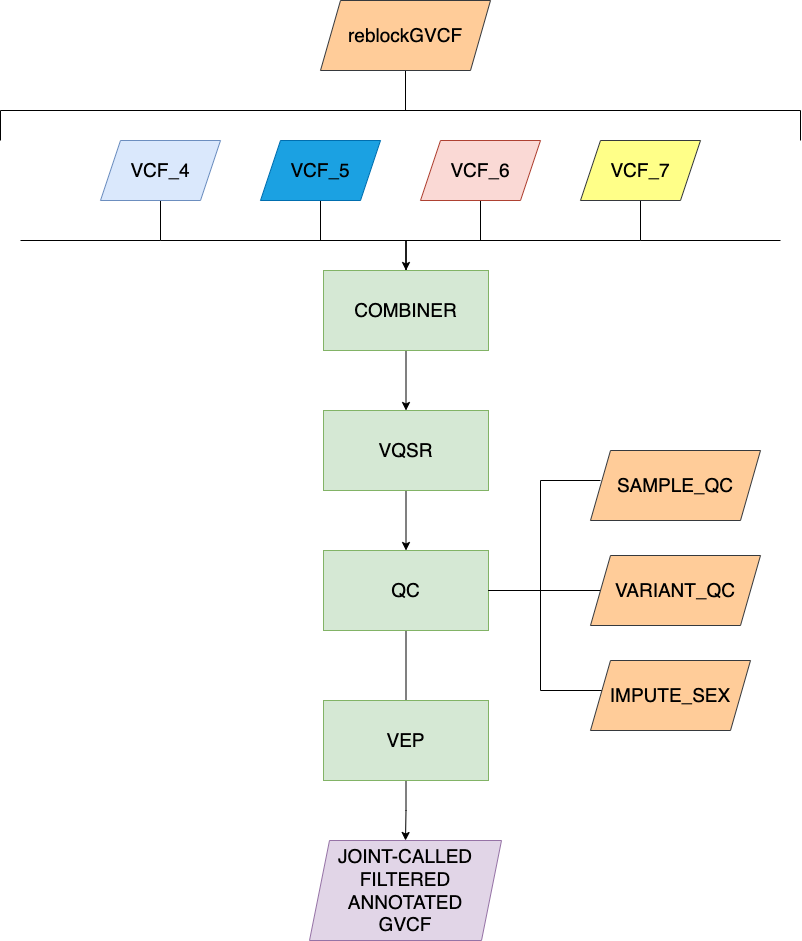
EricUrng/Hail-joint-caller keeps this draw.io diagram as diagram.png. Above is the earlier version. Source tidied: cells renumbered, new cells last; positions are measured from the earlier drawing's top-left corner, leaving out a move shared by most shapes. The source it was exported from:
```xml
<mxGraphModel>
  <root>
    <mxCell id="0" />
    <mxCell id="1" parent="0" />
    <mxCell id="2" style="edgeStyle=orthogonalEdgeStyle;rounded=0;jettySize=auto;html=1;entryX=0.5;entryY=0;entryDx=0;entryDy=0;endArrow=none;endFill=0;fontSize=19;" parent="1" edge="1" source="3" target="11">
      <mxGeometry relative="1" as="geometry">
        <Array as="points">
          <mxPoint x="160" y="240" />
          <mxPoint x="406" y="240" />
        </Array>
      </mxGeometry>
    </mxCell>
    <mxCell id="3" value="VCF_4" style="shape=parallelogram;perimeter=parallelogramPerimeter;whiteSpace=wrap;html=1;fixedSize=1;fillColor=#dae8fc;strokeColor=#6c8ebf;fontSize=19;" parent="1" vertex="1">
      <mxGeometry x="100" y="140" width="120" height="60" as="geometry" />
    </mxCell>
    <mxCell id="4" style="edgeStyle=orthogonalEdgeStyle;rounded=0;jettySize=auto;html=1;entryX=0.5;entryY=0;entryDx=0;entryDy=0;endArrow=none;endFill=0;fontSize=19;" parent="1" edge="1" source="5" target="11">
      <mxGeometry relative="1" as="geometry">
        <Array as="points">
          <mxPoint x="320" y="240" />
          <mxPoint x="406" y="240" />
        </Array>
      </mxGeometry>
    </mxCell>
    <mxCell id="5" value="&lt;span style=&quot;color: rgb(0, 0, 0); font-size: 19px;&quot;&gt;VCF_5&lt;/span&gt;" style="shape=parallelogram;perimeter=parallelogramPerimeter;whiteSpace=wrap;html=1;fixedSize=1;fillColor=#1ba1e2;strokeColor=#006EAF;fontColor=#ffffff;fontSize=19;" parent="1" vertex="1">
      <mxGeometry x="260" y="140" width="120" height="60" as="geometry" />
    </mxCell>
    <mxCell id="6" style="edgeStyle=orthogonalEdgeStyle;rounded=0;jettySize=auto;html=1;endArrow=none;endFill=0;fontSize=19;" parent="1" edge="1" source="7">
      <mxGeometry relative="1" as="geometry">
        <mxPoint x="480" y="240" as="targetPoint" />
      </mxGeometry>
    </mxCell>
    <mxCell id="7" value="VCF_6" style="shape=parallelogram;perimeter=parallelogramPerimeter;whiteSpace=wrap;html=1;fixedSize=1;fillColor=#fad9d5;strokeColor=#ae4132;fontSize=19;" parent="1" vertex="1">
      <mxGeometry x="420" y="140" width="120" height="60" as="geometry" />
    </mxCell>
    <mxCell id="8" style="edgeStyle=orthogonalEdgeStyle;rounded=0;jettySize=auto;html=1;entryX=0.5;entryY=0;entryDx=0;entryDy=0;fontSize=19;" parent="1" edge="1" source="9" target="11">
      <mxGeometry relative="1" as="geometry">
        <Array as="points">
          <mxPoint x="640" y="240" />
          <mxPoint x="406" y="240" />
        </Array>
      </mxGeometry>
    </mxCell>
    <mxCell id="9" value="&lt;span style=&quot;color: rgb(0, 0, 0); font-size: 19px;&quot;&gt;VCF_7&lt;/span&gt;" style="shape=parallelogram;perimeter=parallelogramPerimeter;whiteSpace=wrap;html=1;fixedSize=1;fillColor=#ffff88;strokeColor=#36393d;fontSize=19;" parent="1" vertex="1">
      <mxGeometry x="580" y="140" width="120" height="60" as="geometry" />
    </mxCell>
    <mxCell id="10" style="edgeStyle=orthogonalEdgeStyle;rounded=0;jettySize=auto;html=1;entryX=0.5;entryY=0;entryDx=0;entryDy=0;endArrow=classic;endFill=1;fontSize=19;" parent="1" edge="1" source="11" target="13">
      <mxGeometry relative="1" as="geometry" />
    </mxCell>
    <mxCell id="11" value="COMBINER" style="rounded=0;whiteSpace=wrap;html=1;fillColor=#d5e8d4;strokeColor=#82b366;fontSize=19;" parent="1" vertex="1">
      <mxGeometry x="323" y="270" width="165" height="80" as="geometry" />
    </mxCell>
    <mxCell id="12" style="edgeStyle=orthogonalEdgeStyle;rounded=0;jettySize=auto;html=1;entryX=0.5;entryY=0;entryDx=0;entryDy=0;endArrow=classic;endFill=1;fontSize=19;" parent="1" edge="1" source="13" target="15">
      <mxGeometry relative="1" as="geometry" />
    </mxCell>
    <mxCell id="13" value="VQSR" style="rounded=0;whiteSpace=wrap;html=1;fillColor=#d5e8d4;strokeColor=#82b366;fontSize=19;" parent="1" vertex="1">
      <mxGeometry x="323" y="410" width="165" height="80" as="geometry" />
    </mxCell>
    <mxCell id="14" style="edgeStyle=orthogonalEdgeStyle;rounded=0;jettySize=auto;html=1;entryX=0.5;entryY=0;entryDx=0;entryDy=0;endArrow=none;endFill=0;fontSize=19;" parent="1" edge="1" source="15">
      <mxGeometry relative="1" as="geometry">
        <mxPoint x="405.5" y="700" as="targetPoint" />
      </mxGeometry>
    </mxCell>
    <mxCell id="15" value="QC" style="rounded=0;whiteSpace=wrap;html=1;fillColor=#d5e8d4;strokeColor=#82b366;fontSize=19;" parent="1" vertex="1">
      <mxGeometry x="323" y="550" width="165" height="80" as="geometry" />
    </mxCell>
    <mxCell id="16" style="edgeStyle=orthogonalEdgeStyle;rounded=0;jettySize=auto;html=1;entryX=1;entryY=0.5;entryDx=0;entryDy=0;endArrow=none;endFill=0;fontSize=19;" parent="1" edge="1" source="17" target="15">
      <mxGeometry relative="1" as="geometry">
        <Array as="points">
          <mxPoint x="540" y="690" />
          <mxPoint x="540" y="590" />
        </Array>
      </mxGeometry>
    </mxCell>
    <mxCell id="17" value="IMPUTE_SEX" style="shape=parallelogram;perimeter=parallelogramPerimeter;whiteSpace=wrap;html=1;fixedSize=1;fillColor=#ffcc99;strokeColor=#36393d;fontSize=19;" parent="1" vertex="1">
      <mxGeometry x="590" y="660" width="160" height="70" as="geometry" />
    </mxCell>
    <mxCell id="18" value="SAMPLE_QC" style="shape=parallelogram;perimeter=parallelogramPerimeter;whiteSpace=wrap;html=1;fixedSize=1;fillColor=#ffcc99;strokeColor=#36393d;fontSize=19;" parent="1" vertex="1">
      <mxGeometry x="590" y="450" width="170" height="70" as="geometry" />
    </mxCell>
    <mxCell id="19" style="edgeStyle=orthogonalEdgeStyle;rounded=0;jettySize=auto;html=1;endArrow=none;endFill=0;" parent="1" edge="1" source="20">
      <mxGeometry relative="1" as="geometry">
        <mxPoint x="405" y="110" as="targetPoint" />
      </mxGeometry>
    </mxCell>
    <mxCell id="20" value="reblockGVCF" style="shape=parallelogram;perimeter=parallelogramPerimeter;whiteSpace=wrap;html=1;fixedSize=1;fillColor=#ffcc99;strokeColor=#36393d;fontSize=19;" parent="1" vertex="1">
      <mxGeometry x="320" width="170" height="70" as="geometry" />
    </mxCell>
    <mxCell id="21" style="endArrow=none;html=1;fontSize=19;" parent="1" edge="1">
      <mxGeometry relative="1" as="geometry">
        <mxPoint x="780" y="240" as="sourcePoint" />
        <mxPoint x="640" y="240" as="targetPoint" />
      </mxGeometry>
    </mxCell>
    <mxCell id="22" style="endArrow=none;html=1;fontSize=19;" parent="1" edge="1">
      <mxGeometry relative="1" as="geometry">
        <mxPoint x="160" y="240" as="sourcePoint" />
        <mxPoint x="20" y="240" as="targetPoint" />
      </mxGeometry>
    </mxCell>
    <mxCell id="23" value="&lt;font style=&quot;font-size: 19px;&quot;&gt;JOINT-CALLED&lt;br style=&quot;font-size: 19px;&quot;&gt;FILTERED&lt;br style=&quot;font-size: 19px;&quot;&gt;ANNOTATED&lt;br style=&quot;font-size: 19px;&quot;&gt;GVCF&lt;/font&gt;" style="shape=parallelogram;perimeter=parallelogramPerimeter;whiteSpace=wrap;html=1;fixedSize=1;fillColor=#e1d5e7;strokeColor=#9673a6;fontSize=19;" parent="1" vertex="1">
      <mxGeometry x="309" y="840" width="192" height="100" as="geometry" />
    </mxCell>
    <mxCell id="24" style="edgeStyle=orthogonalEdgeStyle;rounded=0;jettySize=auto;html=1;entryX=0.5;entryY=0;entryDx=0;entryDy=0;" parent="1" edge="1" source="25" target="23">
      <mxGeometry relative="1" as="geometry" />
    </mxCell>
    <mxCell id="25" value="VEP" style="rounded=0;whiteSpace=wrap;html=1;fillColor=#d5e8d4;strokeColor=#82b366;fontSize=19;" parent="1" vertex="1">
      <mxGeometry x="323" y="700" width="165" height="80" as="geometry" />
    </mxCell>
    <mxCell id="26" style="edgeStyle=orthogonalEdgeStyle;rounded=0;orthogonalLoop=1;jettySize=auto;html=1;entryX=1;entryY=0.5;entryDx=0;entryDy=0;endArrow=none;endFill=0;fontSize=19;" parent="1" edge="1">
      <mxGeometry relative="1" as="geometry">
        <mxPoint x="600" y="480" as="sourcePoint" />
        <mxPoint x="488" y="590" as="targetPoint" />
        <Array as="points">
          <mxPoint x="540" y="480" />
          <mxPoint x="540" y="590" />
        </Array>
      </mxGeometry>
    </mxCell>
    <mxCell id="27" style="edgeStyle=orthogonalEdgeStyle;rounded=0;orthogonalLoop=1;jettySize=auto;html=1;entryX=1;entryY=0.5;entryDx=0;entryDy=0;endArrow=none;endFill=0;fontSize=19;" parent="1" edge="1">
      <mxGeometry relative="1" as="geometry">
        <mxPoint x="610" y="590" as="sourcePoint" />
        <mxPoint x="488" y="590" as="targetPoint" />
        <Array as="points">
          <mxPoint x="611" y="590" />
        </Array>
      </mxGeometry>
    </mxCell>
    <mxCell id="28" value="VARIANT_QC" style="shape=parallelogram;perimeter=parallelogramPerimeter;whiteSpace=wrap;html=1;fixedSize=1;fillColor=#ffcc99;strokeColor=#36393d;fontSize=19;" parent="1" vertex="1">
      <mxGeometry x="590" y="555" width="170" height="70" as="geometry" />
    </mxCell>
    <mxCell id="29" style="endArrow=none;html=1;rounded=0;" parent="1" edge="1">
      <mxGeometry relative="1" as="geometry">
        <mxPoint y="110" as="sourcePoint" />
        <mxPoint x="800" y="110" as="targetPoint" />
      </mxGeometry>
    </mxCell>
    <mxCell id="30" style="endArrow=none;html=1;rounded=0;entryX=0.5;entryY=1;entryDx=0;entryDy=0;" parent="1" edge="1">
      <mxGeometry relative="1" as="geometry">
        <mxPoint x="800" y="140" as="sourcePoint" />
        <mxPoint x="800" y="110" as="targetPoint" />
      </mxGeometry>
    </mxCell>
    <mxCell id="31" style="endArrow=none;html=1;rounded=0;entryX=0.5;entryY=1;entryDx=0;entryDy=0;" parent="1" edge="1">
      <mxGeometry relative="1" as="geometry">
        <mxPoint y="140" as="sourcePoint" />
        <mxPoint y="110" as="targetPoint" />
      </mxGeometry>
    </mxCell>
  </root>
</mxGraphModel>
```
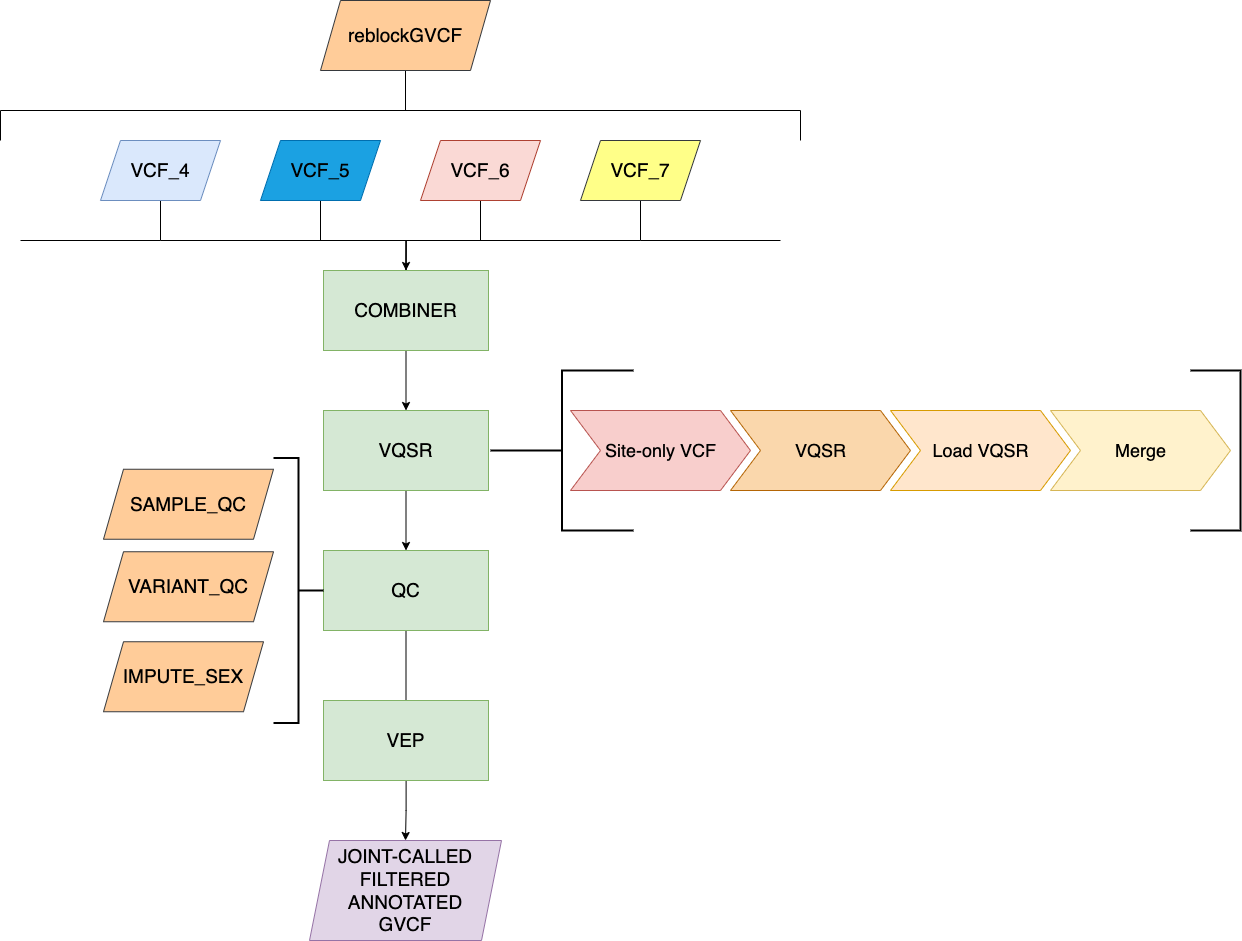
After the change.

Commit message:
updated VQSR section

What changed in the source:
```diff
@@ -63,20 +63,6 @@
     <mxCell id="15" value="QC" style="rounded=0;whiteSpace=wrap;html=1;fillColor=#d5e8d4;strokeColor=#82b366;fontSize=19;" parent="1" vertex="1">
       <mxGeometry x="323" y="550" width="165" height="80" as="geometry" />
     </mxCell>
-    <mxCell id="16" style="edgeStyle=orthogonalEdgeStyle;rounded=0;jettySize=auto;html=1;entryX=1;entryY=0.5;entryDx=0;entryDy=0;endArrow=none;endFill=0;fontSize=19;" parent="1" edge="1" source="17" target="15">
-      <mxGeometry relative="1" as="geometry">
-        <Array as="points">
-          <mxPoint x="540" y="690" />
-          <mxPoint x="540" y="590" />
-        </Array>
-      </mxGeometry>
-    </mxCell>
-    <mxCell id="17" value="IMPUTE_SEX" style="shape=parallelogram;perimeter=parallelogramPerimeter;whiteSpace=wrap;html=1;fixedSize=1;fillColor=#ffcc99;strokeColor=#36393d;fontSize=19;" parent="1" vertex="1">
-      <mxGeometry x="590" y="660" width="160" height="70" as="geometry" />
-    </mxCell>
-    <mxCell id="18" value="SAMPLE_QC" style="shape=parallelogram;perimeter=parallelogramPerimeter;whiteSpace=wrap;html=1;fixedSize=1;fillColor=#ffcc99;strokeColor=#36393d;fontSize=19;" parent="1" vertex="1">
-      <mxGeometry x="590" y="450" width="170" height="70" as="geometry" />
-    </mxCell>
     <mxCell id="19" style="edgeStyle=orthogonalEdgeStyle;rounded=0;jettySize=auto;html=1;endArrow=none;endFill=0;" parent="1" edge="1" source="20">
       <mxGeometry relative="1" as="geometry">
         <mxPoint x="405" y="110" as="targetPoint" />
@@ -106,28 +92,6 @@
     <mxCell id="25" value="VEP" style="rounded=0;whiteSpace=wrap;html=1;fillColor=#d5e8d4;strokeColor=#82b366;fontSize=19;" parent="1" vertex="1">
       <mxGeometry x="323" y="700" width="165" height="80" as="geometry" />
     </mxCell>
-    <mxCell id="26" style="edgeStyle=orthogonalEdgeStyle;rounded=0;orthogonalLoop=1;jettySize=auto;html=1;entryX=1;entryY=0.5;entryDx=0;entryDy=0;endArrow=none;endFill=0;fontSize=19;" parent="1" edge="1">
-      <mxGeometry relative="1" as="geometry">
-        <mxPoint x="600" y="480" as="sourcePoint" />
-        <mxPoint x="488" y="590" as="targetPoint" />
-        <Array as="points">
-          <mxPoint x="540" y="480" />
-          <mxPoint x="540" y="590" />
-        </Array>
-      </mxGeometry>
-    </mxCell>
-    <mxCell id="27" style="edgeStyle=orthogonalEdgeStyle;rounded=0;orthogonalLoop=1;jettySize=auto;html=1;entryX=1;entryY=0.5;entryDx=0;entryDy=0;endArrow=none;endFill=0;fontSize=19;" parent="1" edge="1">
-      <mxGeometry relative="1" as="geometry">
-        <mxPoint x="610" y="590" as="sourcePoint" />
-        <mxPoint x="488" y="590" as="targetPoint" />
-        <Array as="points">
-          <mxPoint x="611" y="590" />
-        </Array>
-      </mxGeometry>
-    </mxCell>
-    <mxCell id="28" value="VARIANT_QC" style="shape=parallelogram;perimeter=parallelogramPerimeter;whiteSpace=wrap;html=1;fixedSize=1;fillColor=#ffcc99;strokeColor=#36393d;fontSize=19;" parent="1" vertex="1">
-      <mxGeometry x="590" y="555" width="170" height="70" as="geometry" />
-    </mxCell>
     <mxCell id="29" style="endArrow=none;html=1;rounded=0;" parent="1" edge="1">
       <mxGeometry relative="1" as="geometry">
         <mxPoint y="110" as="sourcePoint" />
@@ -146,5 +110,35 @@
         <mxPoint y="110" as="targetPoint" />
       </mxGeometry>
     </mxCell>
+    <mxCell id="32" style="strokeWidth=2;html=1;shape=mxgraph.flowchart.annotation_2;align=left;labelPosition=right;fontSize=18;direction=east;" parent="1" vertex="1">
+      <mxGeometry x="490" y="370" width="143" height="160" as="geometry" />
+    </mxCell>
+    <mxCell id="17" value="IMPUTE_SEX" style="shape=parallelogram;perimeter=parallelogramPerimeter;whiteSpace=wrap;html=1;fixedSize=1;fillColor=#ffcc99;strokeColor=#36393d;fontSize=19;" parent="1" vertex="1">
+      <mxGeometry x="103" y="641.2" width="160" height="70" as="geometry" />
+    </mxCell>
+    <mxCell id="18" value="SAMPLE_QC" style="shape=parallelogram;perimeter=parallelogramPerimeter;whiteSpace=wrap;html=1;fixedSize=1;fillColor=#ffcc99;strokeColor=#36393d;fontSize=19;" parent="1" vertex="1">
+      <mxGeometry x="103" y="468.8" width="170" height="70" as="geometry" />
+    </mxCell>
+    <mxCell id="33" style="strokeWidth=2;html=1;shape=mxgraph.flowchart.annotation_2;align=left;labelPosition=right;fontSize=18;direction=west;" parent="1" vertex="1">
+      <mxGeometry x="273" y="457.5" width="50" height="265" as="geometry" />
+    </mxCell>
+    <mxCell id="34" value="&lt;font style=&quot;font-size: 18px&quot;&gt;Site-only VCF&lt;/font&gt;" style="html=1;shadow=0;dashed=0;align=center;verticalAlign=middle;shape=mxgraph.arrows2.arrow;dy=0;dx=30;notch=30;fillColor=#f8cecc;strokeColor=#b85450;" parent="1" vertex="1">
+      <mxGeometry x="570" y="410" width="180" height="80" as="geometry" />
+    </mxCell>
+    <mxCell id="35" value="&lt;font style=&quot;font-size: 18px&quot;&gt;VQSR&lt;/font&gt;" style="html=1;shadow=0;dashed=0;align=center;verticalAlign=middle;shape=mxgraph.arrows2.arrow;dy=0;dx=30;notch=30;fillColor=#fad7ac;strokeColor=#b46504;" parent="1" vertex="1">
+      <mxGeometry x="730" y="410" width="180" height="80" as="geometry" />
+    </mxCell>
+    <mxCell id="36" value="&lt;font style=&quot;font-size: 18px&quot;&gt;Load VQSR&lt;/font&gt;" style="html=1;shadow=0;dashed=0;align=center;verticalAlign=middle;shape=mxgraph.arrows2.arrow;dy=0;dx=30;notch=30;fillColor=#ffe6cc;strokeColor=#d79b00;" parent="1" vertex="1">
+      <mxGeometry x="890" y="410" width="180" height="80" as="geometry" />
+    </mxCell>
+    <mxCell id="37" value="&lt;font style=&quot;font-size: 18px&quot;&gt;Merge&lt;/font&gt;" style="html=1;shadow=0;dashed=0;align=center;verticalAlign=middle;shape=mxgraph.arrows2.arrow;dy=0;dx=30;notch=30;fillColor=#fff2cc;strokeColor=#d6b656;" parent="1" vertex="1">
+      <mxGeometry x="1050" y="410" width="180" height="80" as="geometry" />
+    </mxCell>
+    <mxCell id="38" style="strokeWidth=2;html=1;shape=mxgraph.flowchart.annotation_1;align=left;fontSize=18;direction=west;" parent="1" vertex="1">
+      <mxGeometry x="1190" y="370" width="50" height="160" as="geometry" />
+    </mxCell>
+    <mxCell id="28" value="VARIANT_QC" style="shape=parallelogram;perimeter=parallelogramPerimeter;whiteSpace=wrap;html=1;fixedSize=1;fillColor=#ffcc99;strokeColor=#36393d;fontSize=19;" parent="1" vertex="1">
+      <mxGeometry x="103" y="551.2" width="170" height="70" as="geometry" />
+    </mxCell>
   </root>
 </mxGraphModel>
```
